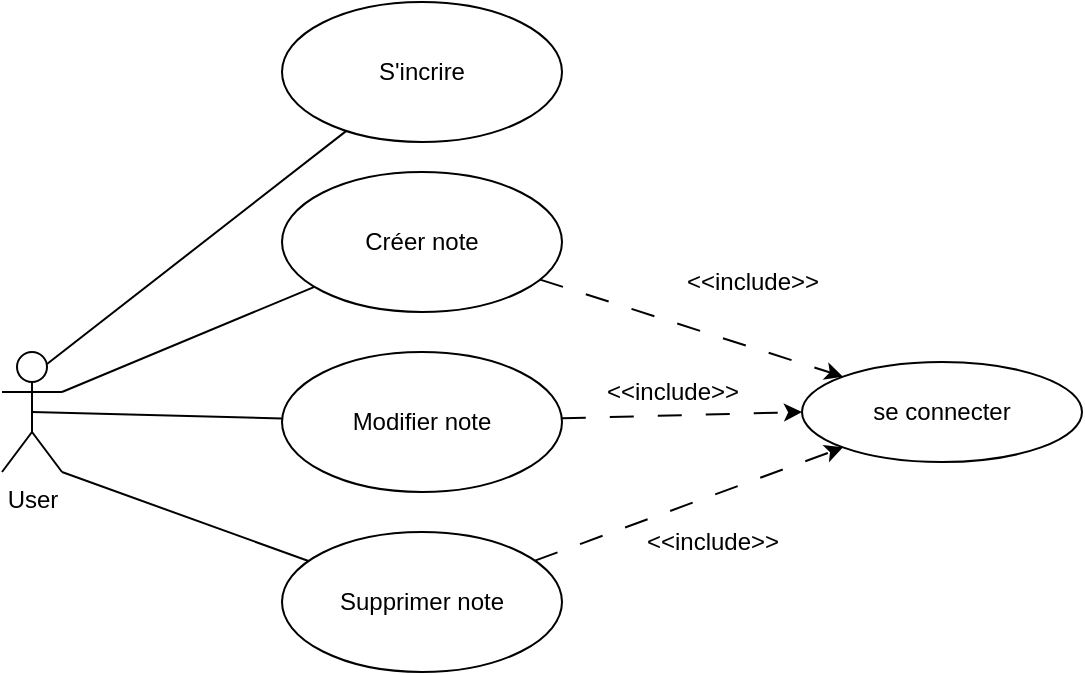
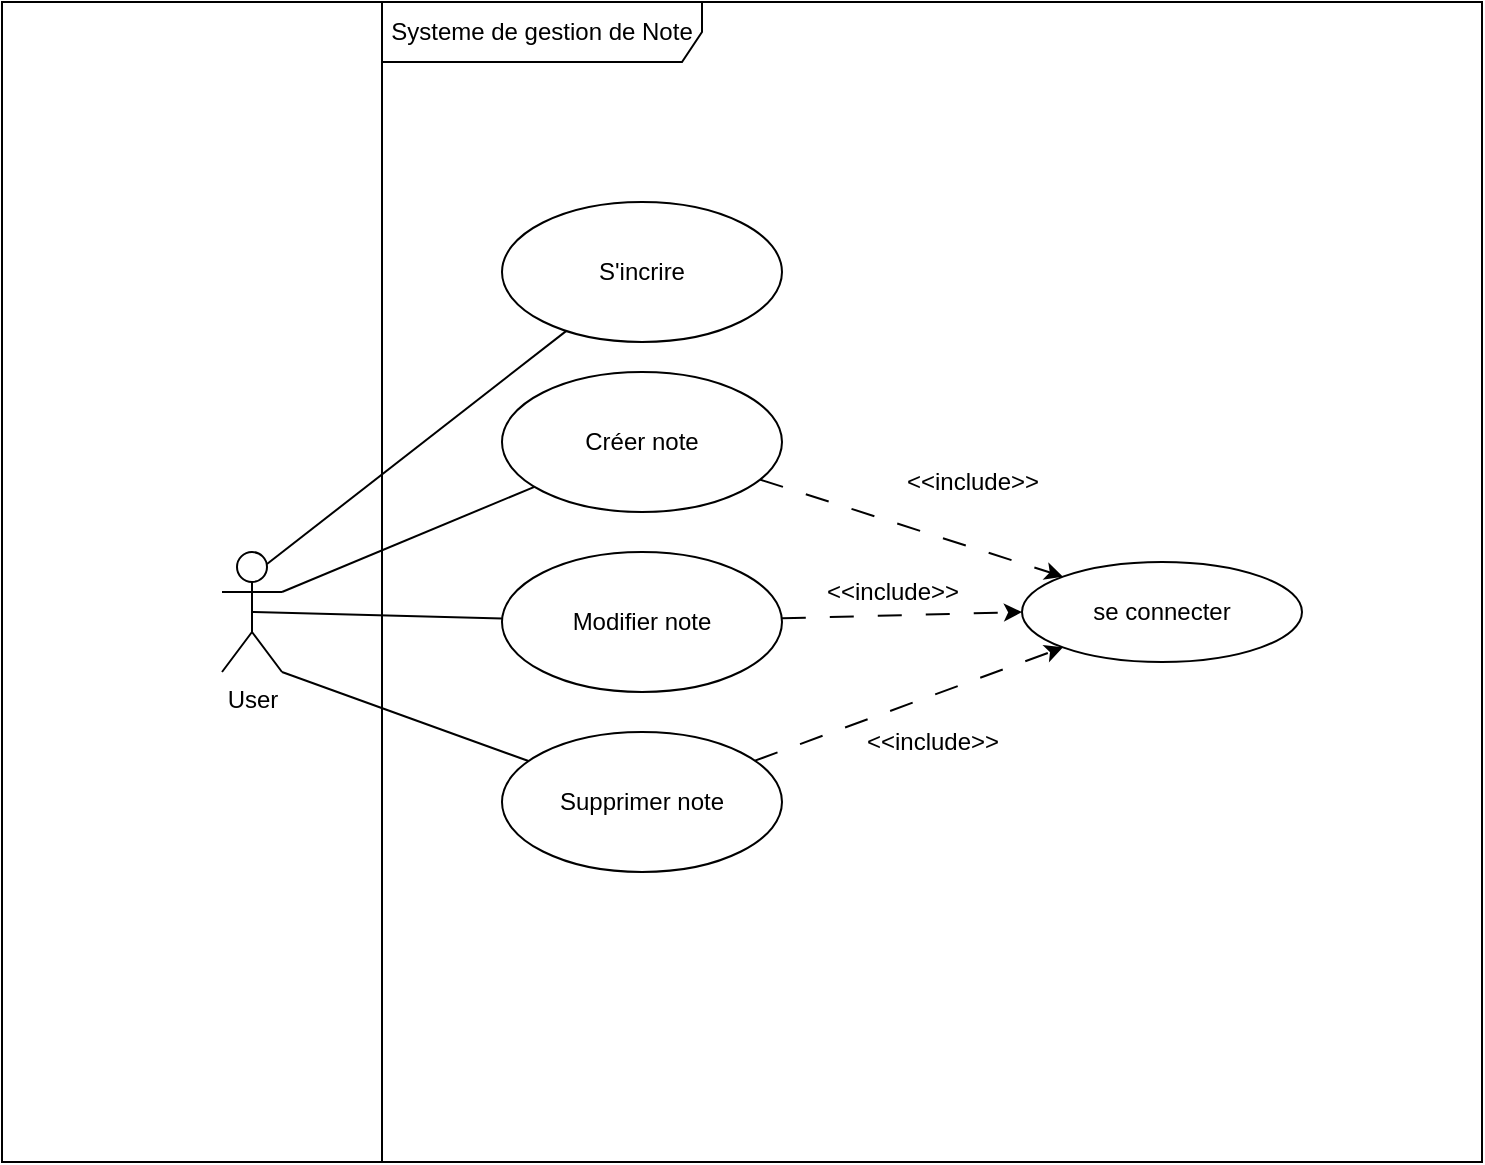
<mxfile host="65bd71144e">
    <diagram id="PZC9d2B9SER8gcpaTqYk" name="Page-1">
-         <mxGraphModel dx="894" dy="400" grid="1" gridSize="10" guides="1" tooltips="1" connect="1" arrows="1" fold="1" page="1" pageScale="1" pageWidth="850" pageHeight="1100" math="0" shadow="0">
+         <mxGraphModel dx="737" dy="645" grid="1" gridSize="10" guides="1" tooltips="1" connect="1" arrows="1" fold="1" page="1" pageScale="1" pageWidth="850" pageHeight="1100" math="0" shadow="0">
            <root>
                <mxCell id="0"/>
                <mxCell id="1" parent="0"/>
+                 <mxCell id="19" value="" style="html=1;whiteSpace=wrap;" vertex="1" parent="1">
+                     <mxGeometry x="10" width="740" height="580" as="geometry"/>
+                 </mxCell>
                <mxCell id="2" value="User" style="shape=umlActor;verticalLabelPosition=bottom;verticalAlign=top;html=1;" vertex="1" parent="1">
                    <mxGeometry x="120" y="275" width="30" height="60" as="geometry"/>
                </mxCell>
                <mxCell id="3" value="se connecter" style="ellipse;whiteSpace=wrap;html=1;" vertex="1" parent="1">
                    <mxGeometry x="520" y="280" width="140" height="50" as="geometry"/>
                </mxCell>
                <mxCell id="12" style="edgeStyle=none;html=1;entryX=0;entryY=1;entryDx=0;entryDy=0;dashed=1;dashPattern=12 12;" edge="1" parent="1" source="4" target="3">
                    <mxGeometry relative="1" as="geometry"/>
                </mxCell>
                <mxCell id="4" value="Supprimer note" style="ellipse;whiteSpace=wrap;html=1;" vertex="1" parent="1">
                    <mxGeometry x="260" y="365" width="140" height="70" as="geometry"/>
                </mxCell>
                <mxCell id="11" style="edgeStyle=none;html=1;entryX=0;entryY=0.5;entryDx=0;entryDy=0;dashed=1;dashPattern=12 12;" edge="1" parent="1" source="5" target="3">
                    <mxGeometry relative="1" as="geometry"/>
                </mxCell>
                <mxCell id="5" value="Modifier note" style="ellipse;whiteSpace=wrap;html=1;" vertex="1" parent="1">
                    <mxGeometry x="260" y="275" width="140" height="70" as="geometry"/>
                </mxCell>
                <mxCell id="10" style="edgeStyle=none;html=1;entryX=0;entryY=0;entryDx=0;entryDy=0;dashed=1;dashPattern=12 12;" edge="1" parent="1" source="6" target="3">
                    <mxGeometry relative="1" as="geometry"/>
                </mxCell>
                <mxCell id="6" value="Créer note" style="ellipse;whiteSpace=wrap;html=1;" vertex="1" parent="1">
                    <mxGeometry x="260" y="185" width="140" height="70" as="geometry"/>
                </mxCell>
                <mxCell id="7" style="edgeStyle=none;html=1;entryX=1;entryY=0.3333333333333333;entryDx=0;entryDy=0;entryPerimeter=0;endArrow=none;endFill=0;" edge="1" parent="1" source="6" target="2">
                    <mxGeometry relative="1" as="geometry"/>
                </mxCell>
                <mxCell id="8" style="edgeStyle=none;html=1;entryX=0.5;entryY=0.5;entryDx=0;entryDy=0;entryPerimeter=0;endArrow=none;endFill=0;" edge="1" parent="1" source="5" target="2">
                    <mxGeometry relative="1" as="geometry"/>
                </mxCell>
                <mxCell id="9" style="edgeStyle=none;html=1;entryX=1;entryY=1;entryDx=0;entryDy=0;entryPerimeter=0;endArrow=none;endFill=0;" edge="1" parent="1" source="4" target="2">
                    <mxGeometry relative="1" as="geometry"/>
                </mxCell>
                <mxCell id="13" value="&amp;lt;&amp;lt;include&amp;gt;&amp;gt;" style="text;html=1;align=center;verticalAlign=middle;resizable=0;points=[];autosize=1;strokeColor=none;fillColor=none;" vertex="1" parent="1">
                    <mxGeometry x="430" y="355" width="90" height="30" as="geometry"/>
                </mxCell>
                <mxCell id="14" value="&amp;lt;&amp;lt;include&amp;gt;&amp;gt;" style="text;html=1;align=center;verticalAlign=middle;resizable=0;points=[];autosize=1;strokeColor=none;fillColor=none;" vertex="1" parent="1">
                    <mxGeometry x="410" y="280" width="90" height="30" as="geometry"/>
                </mxCell>
                <mxCell id="15" value="&amp;lt;&amp;lt;include&amp;gt;&amp;gt;" style="text;html=1;align=center;verticalAlign=middle;resizable=0;points=[];autosize=1;strokeColor=none;fillColor=none;" vertex="1" parent="1">
                    <mxGeometry x="450" y="225" width="90" height="30" as="geometry"/>
                </mxCell>
                <mxCell id="16" value="S&#39;incrire" style="ellipse;whiteSpace=wrap;html=1;" vertex="1" parent="1">
                    <mxGeometry x="260" y="100" width="140" height="70" as="geometry"/>
                </mxCell>
                <mxCell id="17" style="edgeStyle=none;html=1;entryX=0.75;entryY=0.1;entryDx=0;entryDy=0;entryPerimeter=0;endArrow=none;endFill=0;" edge="1" parent="1" source="16" target="2">
                    <mxGeometry relative="1" as="geometry"/>
                </mxCell>
+                 <mxCell id="22" value="&lt;span style=&quot;color: rgb(0, 0, 0); white-space: nowrap;&quot;&gt;Systeme de gestion de Note&lt;/span&gt;" style="shape=umlFrame;whiteSpace=wrap;html=1;pointerEvents=0;recursiveResize=0;container=1;collapsible=0;width=160;" vertex="1" parent="1">
+                     <mxGeometry x="200" width="550" height="580" as="geometry"/>
+                 </mxCell>
            </root>
        </mxGraphModel>
    </diagram>
</mxfile>